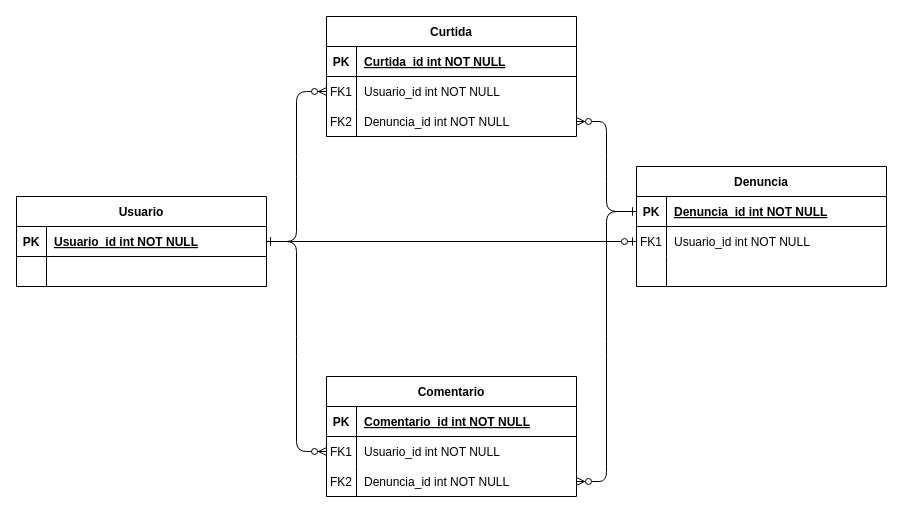
The draw.io diagram Documentação/Diagramas/Modelo Entidade Relacionamento.drawio in frsouzaa/Documentacao-TCC-NossaVia, before the edit. Source tidied: cells renumbered, new cells numbered last; positions are measured from the earlier drawing's top-left corner, leaving out a move shared by most shapes. Both pictures are drawn from the tidied source at 100%, with x=0, y=0 at pixel (16, 16).
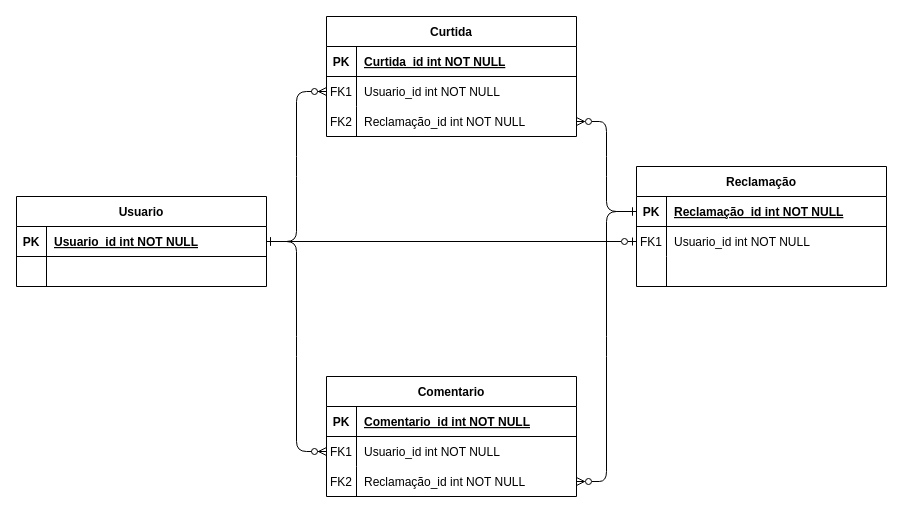
After the change.

The change refers to these unchanged cells:
```xml
<mxCell id="11" style="shape=partialRectangle;fillColor=none;points=[[0,0.5],[1,0.5]];portConstraint=eastwest;top=0;left=0;right=0;bottom=0;" parent="4" vertex="1">
  <mxGeometry y="90" width="250" height="30" as="geometry" />
</mxCell>
<mxCell id="30" style="shape=partialRectangle;fillColor=none;points=[[0,0.5],[1,0.5]];portConstraint=eastwest;top=0;left=0;right=0;bottom=0;" parent="23" vertex="1">
  <mxGeometry y="90" width="250" height="30" as="geometry" />
</mxCell>
<mxCell id="35" style="shape=partialRectangle;fillColor=none;points=[[0,0.5],[1,0.5]];portConstraint=eastwest;top=0;left=0;right=0;bottom=1;" parent="34" vertex="1">
  <mxGeometry y="30" width="250" height="30" as="geometry" />
</mxCell>
```

Diff of the diagram source:
```diff
@@
-    <mxCell id="13" value="Denuncia_id int NOT NULL" style="shape=partialRectangle;overflow=hidden;fillColor=none;top=0;left=0;bottom=0;right=0;align=left;spacingLeft=6;" parent="11" vertex="1">
+    <mxCell id="13" value="Reclamação_id int NOT NULL" style="shape=partialRectangle;overflow=hidden;fillColor=none;top=0;left=0;bottom=0;right=0;align=left;spacingLeft=6;" parent="11" vertex="1">
       <mxGeometry x="30" width="220" height="30" as="geometry" />
     </mxCell>
@@
-    <mxCell id="32" value="Denuncia_id int NOT NULL" style="shape=partialRectangle;overflow=hidden;fillColor=none;top=0;left=0;bottom=0;right=0;align=left;spacingLeft=6;" parent="30" vertex="1">
+    <mxCell id="32" value="Reclamação_id int NOT NULL" style="shape=partialRectangle;overflow=hidden;fillColor=none;top=0;left=0;bottom=0;right=0;align=left;spacingLeft=6;" parent="30" vertex="1">
       <mxGeometry x="30" width="220" height="30" as="geometry" />
     </mxCell>
@@
-    <mxCell id="34" value="Denuncia" style="shape=table;startSize=30;childLayout=tableLayout;rowLines=0;fontStyle=1;align=center;" parent="1" vertex="1">
+    <mxCell id="34" value="Reclamação" style="shape=table;startSize=30;childLayout=tableLayout;rowLines=0;fontStyle=1;align=center;" parent="1" vertex="1">
       <mxGeometry x="620" y="150" width="250" height="120" as="geometry" />
     </mxCell>
@@
-    <mxCell id="37" value="Denuncia_id int NOT NULL " style="shape=partialRectangle;overflow=hidden;fillColor=none;top=0;left=0;bottom=0;right=0;align=left;spacingLeft=6;fontStyle=5;" parent="35" vertex="1">
+    <mxCell id="37" value="Reclamação_id int NOT NULL " style="shape=partialRectangle;overflow=hidden;fillColor=none;top=0;left=0;bottom=0;right=0;align=left;spacingLeft=6;fontStyle=5;" parent="35" vertex="1">
       <mxGeometry x="30" width="220" height="30" as="geometry" />
     </mxCell>
```
